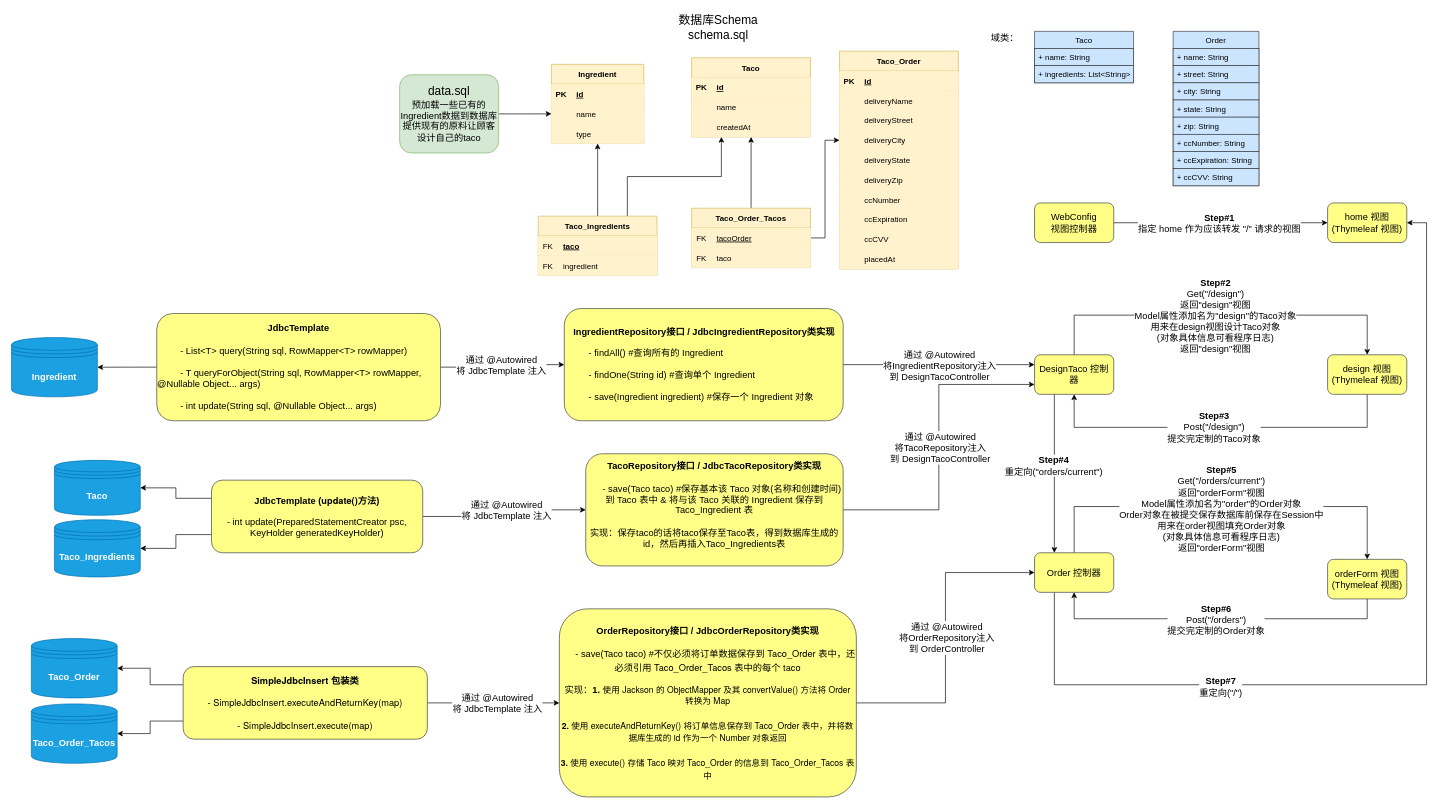
Before: flow_chart.drawio in LilithCoder/taco-cloud, a draw.io diagram. Source tidied: cells renumbered, new cells numbered last; positions are measured from the earlier drawing's top-left corner, leaving out a move shared by most shapes. Both pictures are drawn from the tidied source at 66%, with x=0, y=0 at pixel (11, 11).
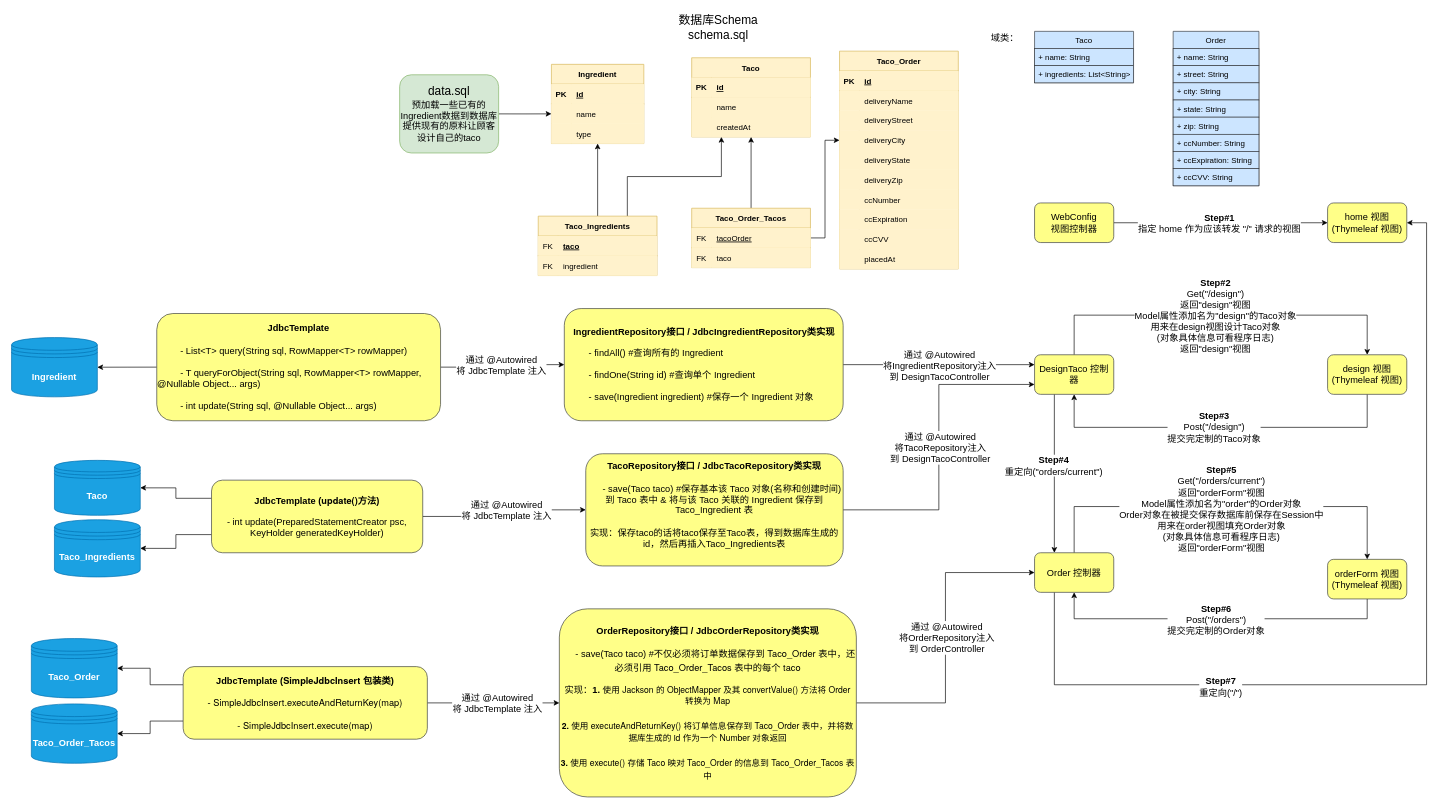
Above is the later version.

Commit message:
使用JdbcTemplate的update()和SimpleJdbcInsert插入数据，建立了TacoRepository以及OrderRepository，现在实现了Ingredient/Taco/Order的持久化

Diff of the diagram source:
```diff
@@
-    <mxCell id="129" value="&lt;span style=&quot;font-family: &amp;#34;helvetica neue&amp;#34;&quot;&gt;&lt;font style=&quot;font-size: 14px&quot;&gt;&lt;b&gt;SimpleJdbcInsert 包装类&lt;/b&gt;&lt;/font&gt;&lt;/span&gt;&lt;br&gt;&lt;br&gt;&lt;font style=&quot;font-size: 14px&quot;&gt;&lt;font&gt;&lt;font&gt;&lt;font&gt;-&amp;nbsp;&lt;/font&gt;&lt;span style=&quot;font-family: &amp;#34;helvetica neue&amp;#34;&quot;&gt;SimpleJdbcInsert&lt;/span&gt;&lt;span style=&quot;font-family: &amp;#34;helvetica neue&amp;#34;&quot;&gt;.executeAndReturnKey(map)&lt;/span&gt;&lt;br&gt;&lt;/font&gt;&lt;span style=&quot;font-family: &amp;#34;helvetica neue&amp;#34;&quot;&gt;&lt;br&gt;&lt;font&gt;-&amp;nbsp;&lt;/font&gt;&lt;/span&gt;&lt;/font&gt;&lt;span style=&quot;font-family: &amp;#34;helvetica neue&amp;#34;&quot;&gt;SimpleJdbcInsert&lt;/span&gt;&lt;span style=&quot;font-family: &amp;#34;helvetica neue&amp;#34;&quot;&gt;.execute(map)&lt;/span&gt;&lt;/font&gt;" style="rounded=1;whiteSpace=wrap;html=1;fillColor=#ffff88;strokeColor=#36393d;" parent="1" vertex="1">
+    <mxCell id="129" value="&lt;span style=&quot;font-size: 14px&quot;&gt;&lt;b&gt;JdbcTemplate (&lt;/b&gt;&lt;/span&gt;&lt;span style=&quot;font-family: &amp;#34;helvetica neue&amp;#34;&quot;&gt;&lt;font style=&quot;font-size: 14px&quot;&gt;&lt;b&gt;SimpleJdbcInsert 包装类&lt;/b&gt;&lt;/font&gt;&lt;/span&gt;&lt;b style=&quot;font-size: 14px&quot;&gt;)&lt;/b&gt;&lt;br&gt;&lt;br&gt;&lt;font style=&quot;font-size: 14px&quot;&gt;&lt;font&gt;&lt;font&gt;&lt;font&gt;-&amp;nbsp;&lt;/font&gt;&lt;span style=&quot;font-family: &amp;#34;helvetica neue&amp;#34;&quot;&gt;SimpleJdbcInsert&lt;/span&gt;&lt;span style=&quot;font-family: &amp;#34;helvetica neue&amp;#34;&quot;&gt;.executeAndReturnKey(map)&lt;/span&gt;&lt;br&gt;&lt;/font&gt;&lt;span style=&quot;font-family: &amp;#34;helvetica neue&amp;#34;&quot;&gt;&lt;br&gt;&lt;font&gt;-&amp;nbsp;&lt;/font&gt;&lt;/span&gt;&lt;/font&gt;&lt;span style=&quot;font-family: &amp;#34;helvetica neue&amp;#34;&quot;&gt;SimpleJdbcInsert&lt;/span&gt;&lt;span style=&quot;font-family: &amp;#34;helvetica neue&amp;#34;&quot;&gt;.execute(map)&lt;/span&gt;&lt;/font&gt;" style="rounded=1;whiteSpace=wrap;html=1;fillColor=#ffff88;strokeColor=#36393d;" parent="1" vertex="1">
       <mxGeometry x="260" y="992.5" width="370" height="110" as="geometry" />
     </mxCell>
```
